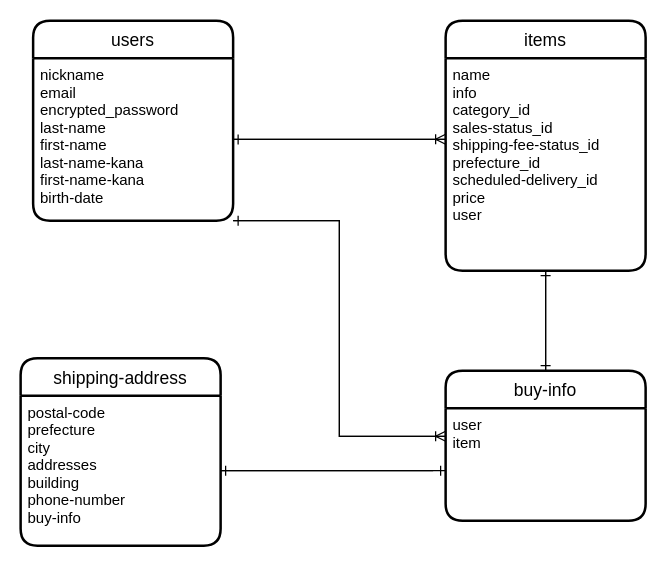
Before: ER.dio in d-cho623/furima-35405, a draw.io diagram. Source tidied: cells renumbered, new cells numbered last; positions are measured from the earlier drawing's top-left corner, leaving out a move shared by most shapes. Both pictures are drawn from the tidied source at 125%, with x=0, y=0 at pixel (20, 20).
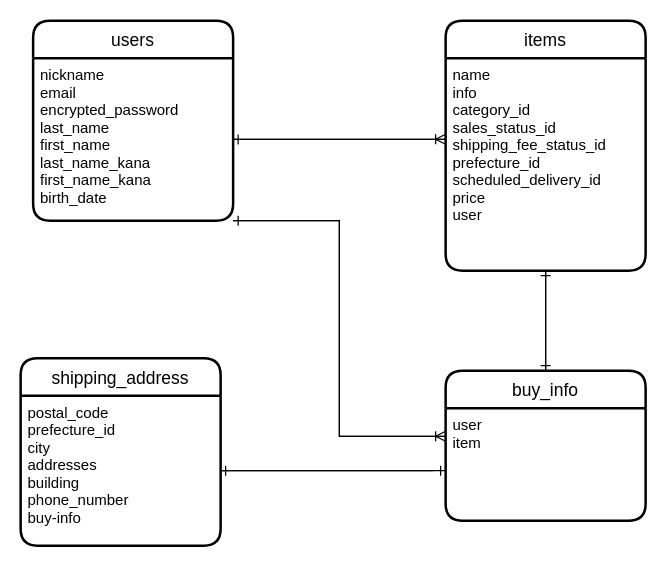
The same diagram, later.

Commit message (it also covers changes not shown here):
テーブル名、カラム名の-を全て_に変更

Unchanged cells that the change refers to:
```xml
<mxCell id="2" value="users" style="swimlane;horizontal=1;startSize=30;rounded=1;fontSize=14;fontStyle=0;strokeWidth=2;shadow=0;dashed=0;align=center;" parent="1" vertex="1">
  <mxGeometry x="10" width="160" height="160" as="geometry" />
</mxCell>
<mxCell id="4" value="items" style="swimlane;horizontal=1;startSize=30;rounded=1;fontSize=14;fontStyle=0;strokeWidth=2;shadow=0;dashed=0;align=center;" parent="1" vertex="1">
  <mxGeometry x="340" width="160" height="200" as="geometry" />
</mxCell>
```

What changed in the source:
```diff
@@
-    <mxCell id="3" value="nickname&#10;email&#10;encrypted_password&#10;last-name&#10;first-name&#10;last-name-kana&#10;first-name-kana&#10;birth-date" style="align=left;strokeColor=none;fillColor=none;spacingLeft=4;fontSize=12;verticalAlign=top;" parent="2" vertex="1">
+    <mxCell id="3" value="nickname&#10;email&#10;encrypted_password&#10;last_name&#10;first_name&#10;last_name_kana&#10;first_name_kana&#10;birth_date" style="align=left;strokeColor=none;fillColor=none;spacingLeft=4;fontSize=12;verticalAlign=top;" parent="2" vertex="1">
       <mxGeometry y="30" width="160" height="130" as="geometry" />
     </mxCell>
@@
-    <mxCell id="5" value="name&#10;info&#10;category_id&#10;sales-status_id&#10;shipping-fee-status_id&#10;prefecture_id&#10;scheduled-delivery_id&#10;price&#10;user" style="align=left;strokeColor=none;fillColor=none;spacingLeft=4;fontSize=12;verticalAlign=top;" parent="4" vertex="1">
+    <mxCell id="5" value="name&#10;info&#10;category_id&#10;sales_status_id&#10;shipping_fee_status_id&#10;prefecture_id&#10;scheduled_delivery_id&#10;price&#10;user" style="align=left;strokeColor=none;fillColor=none;spacingLeft=4;fontSize=12;verticalAlign=top;" parent="4" vertex="1">
       <mxGeometry y="30" width="160" height="170" as="geometry" />
     </mxCell>
@@
-    <mxCell id="7" value="buy-info" style="swimlane;horizontal=1;startSize=30;rounded=1;fontSize=14;fontStyle=0;strokeWidth=2;shadow=0;dashed=0;align=center;" parent="1" vertex="1">
+    <mxCell id="7" value="buy_info" style="swimlane;horizontal=1;startSize=30;rounded=1;fontSize=14;fontStyle=0;strokeWidth=2;shadow=0;dashed=0;align=center;" parent="1" vertex="1">
       <mxGeometry x="340" y="280" width="160" height="120" as="geometry" />
     </mxCell>
@@
-    <mxCell id="10" value="shipping-address" style="swimlane;horizontal=1;startSize=30;rounded=1;fontSize=14;fontStyle=0;strokeWidth=2;shadow=0;dashed=0;align=center;" parent="1" vertex="1">
+    <mxCell id="10" value="shipping_address" style="swimlane;horizontal=1;startSize=30;rounded=1;fontSize=14;fontStyle=0;strokeWidth=2;shadow=0;dashed=0;align=center;" parent="1" vertex="1">
       <mxGeometry y="270" width="160" height="150" as="geometry" />
     </mxCell>
-    <mxCell id="11" value="postal-code&#10;prefecture&#10;city&#10;addresses&#10;building&#10;phone-number&#10;buy-info" style="align=left;strokeColor=none;fillColor=none;spacingLeft=4;fontSize=12;verticalAlign=top;" parent="10" vertex="1">
+    <mxCell id="11" value="postal_code&#10;prefecture_id&#10;city&#10;addresses&#10;building&#10;phone_number&#10;buy-info" style="align=left;strokeColor=none;fillColor=none;spacingLeft=4;fontSize=12;verticalAlign=top;" parent="10" vertex="1">
       <mxGeometry y="30" width="160" height="120" as="geometry" />
     </mxCell>
```
